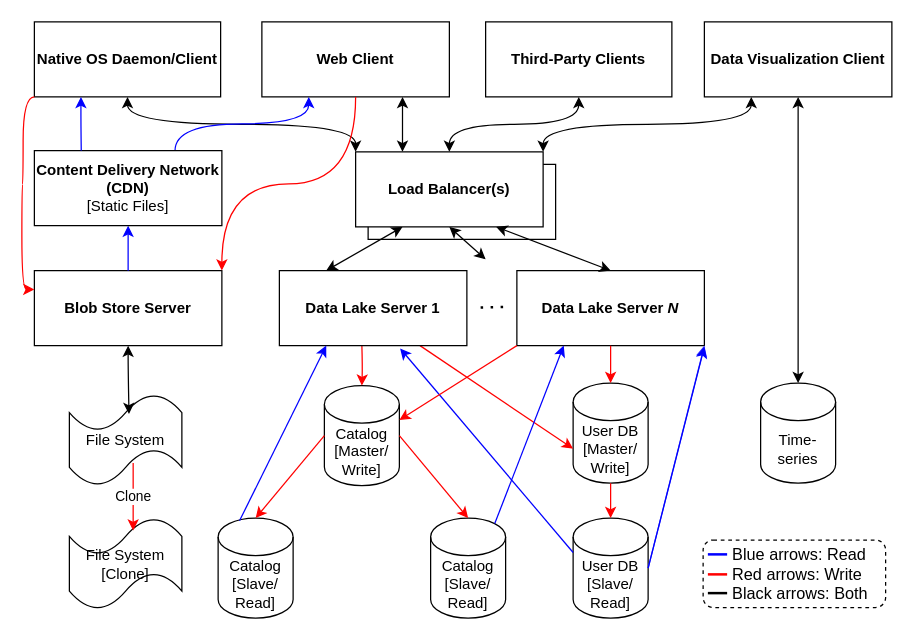
Before: profile/sources/simutool_system_design_scaled.drawio in simutool/.github, a draw.io diagram. Source tidied: cells renumbered, new cells numbered last; positions are measured from the earlier drawing's top-left corner, leaving out a move shared by most shapes. Both pictures are drawn from the tidied source at 125%, with x=0, y=0 at pixel (21, 21).
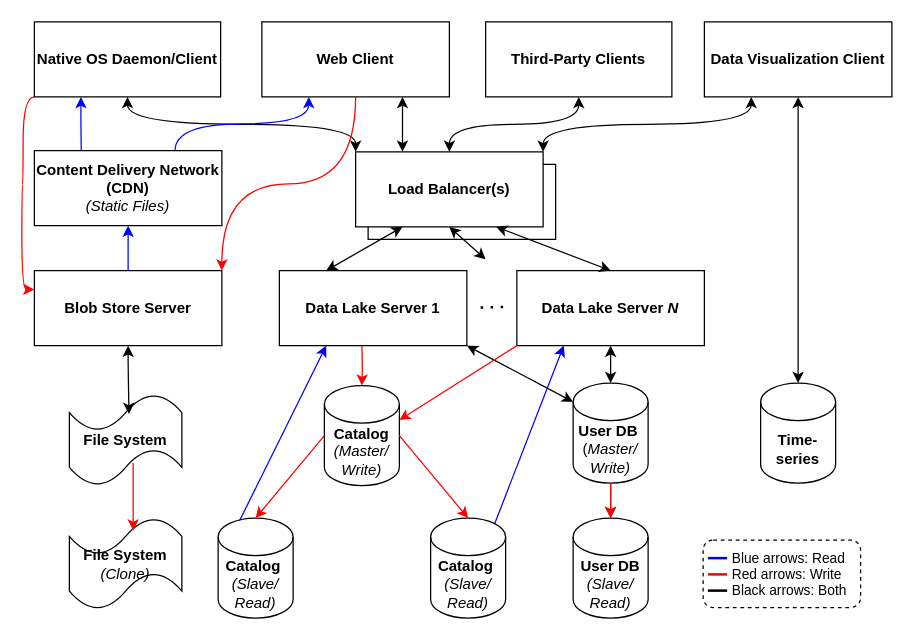
The same diagram, later.

Unchanged cells that the change refers to:
```xml
<mxCell id="27" value="&lt;b style=&quot;border-color: var(--border-color);&quot;&gt;Data Lake Server 1&lt;/b&gt;" style="rounded=0;whiteSpace=wrap;html=1;" parent="1" vertex="1">
  <mxGeometry x="206" y="199" width="150" height="60" as="geometry" />
</mxCell>
<mxCell id="28" value="&lt;b style=&quot;border-color: var(--border-color);&quot;&gt;Data Lake Server &lt;i&gt;N&lt;/i&gt;&lt;/b&gt;" style="rounded=0;whiteSpace=wrap;html=1;" parent="1" vertex="1">
  <mxGeometry x="396" y="199" width="150" height="60" as="geometry" />
</mxCell>
```

Diff of the diagram source:
```diff
@@
+    <mxCell id="53" style="edgeStyle=orthogonalEdgeStyle;rounded=0;jettySize=auto;html=1;" parent="1" edge="1" source="11" target="33">
+      <mxGeometry relative="1" as="geometry" />
+    </mxCell>
-    <mxCell id="11" value="User DB [Master/&lt;br&gt;Write]" style="shape=cylinder3;whiteSpace=wrap;html=1;boundedLbl=1;backgroundOutline=1;size=15;" parent="1" vertex="1">
+    <mxCell id="11" value="&lt;b&gt;User DB&lt;/b&gt;&amp;nbsp;&lt;br&gt;(&lt;i&gt;Master/&lt;br&gt;Write)&lt;/i&gt;" style="shape=cylinder3;whiteSpace=wrap;html=1;boundedLbl=1;backgroundOutline=1;size=15;" parent="1" vertex="1">
       <mxGeometry x="441" y="289" width="60" height="80" as="geometry" />
     </mxCell>
-    <mxCell id="12" style="endArrow=classic;html=1;rounded=0;startArrow=none;startFill=0;exitX=0.75;exitY=1;exitDx=0;exitDy=0;endFill=1;entryX=0;entryY=0;entryDx=0;entryDy=52.5;entryPerimeter=0;strokeColor=#FF0000;" parent="1" edge="1" source="27" target="11">
+    <mxCell id="12" style="endArrow=classic;html=1;rounded=0;startArrow=classic;startFill=1;exitX=1;exitY=1;exitDx=0;exitDy=0;endFill=1;entryX=0;entryY=0;entryDx=0;entryDy=15;entryPerimeter=0;strokeColor=#000000;" parent="1" edge="1" source="27" target="11">
       <mxGeometry relative="1" as="geometry" />
     </mxCell>
-    <mxCell id="13" value="Catalog [Master/&lt;br&gt;Write]" style="shape=cylinder3;whiteSpace=wrap;html=1;boundedLbl=1;backgroundOutline=1;size=15;" parent="1" vertex="1">
+    <mxCell id="13" value="&lt;b&gt;Catalog&lt;/b&gt; &lt;i&gt;(Master/&lt;br&gt;Write)&lt;/i&gt;" style="shape=cylinder3;whiteSpace=wrap;html=1;boundedLbl=1;backgroundOutline=1;size=15;" parent="1" vertex="1">
       <mxGeometry x="242" y="291" width="60" height="80" as="geometry" />
     </mxCell>
-    <mxCell id="14" value="Catalog [Slave/&lt;br&gt;Read]" style="shape=cylinder3;whiteSpace=wrap;html=1;boundedLbl=1;backgroundOutline=1;size=15;" parent="1" vertex="1">
+    <mxCell id="14" value="&lt;b&gt;Catalog&lt;/b&gt;&amp;nbsp;&lt;br&gt;&lt;i&gt;(Slave/&lt;br&gt;Read)&lt;/i&gt;" style="shape=cylinder3;whiteSpace=wrap;html=1;boundedLbl=1;backgroundOutline=1;size=15;" parent="1" vertex="1">
       <mxGeometry x="157" y="397" width="60" height="80" as="geometry" />
     </mxCell>
-    <mxCell id="15" value="Catalog [Slave/&lt;br style=&quot;border-color: var(--border-color);&quot;&gt;Read]" style="shape=cylinder3;whiteSpace=wrap;html=1;boundedLbl=1;backgroundOutline=1;size=15;" parent="1" vertex="1">
+    <mxCell id="15" value="&lt;b style=&quot;border-color: var(--border-color);&quot;&gt;Catalog&lt;/b&gt;&amp;nbsp;&lt;br style=&quot;border-color: var(--border-color);&quot;&gt;&lt;i style=&quot;border-color: var(--border-color);&quot;&gt;(Slave/&lt;br style=&quot;border-color: var(--border-color);&quot;&gt;Read)&lt;/i&gt;" style="shape=cylinder3;whiteSpace=wrap;html=1;boundedLbl=1;backgroundOutline=1;size=15;" parent="1" vertex="1">
       <mxGeometry x="327" y="397" width="60" height="80" as="geometry" />
     </mxCell>
@@
-    <mxCell id="20" value="File System" style="shape=tape;whiteSpace=wrap;html=1;fillColor=none;" parent="1" vertex="1">
+    <mxCell id="20" value="&lt;b&gt;File System&lt;/b&gt;" style="shape=tape;whiteSpace=wrap;html=1;fillColor=none;" parent="1" vertex="1">
       <mxGeometry x="38" y="298" width="90" height="73" as="geometry" />
     </mxCell>
@@
-    <mxCell id="23" value="Time-series" style="shape=cylinder3;whiteSpace=wrap;html=1;boundedLbl=1;backgroundOutline=1;size=15;" parent="1" vertex="1">
+    <mxCell id="23" value="&lt;b&gt;Time-series&lt;/b&gt;" style="shape=cylinder3;whiteSpace=wrap;html=1;boundedLbl=1;backgroundOutline=1;size=15;" parent="1" vertex="1">
       <mxGeometry x="591" y="289" width="60" height="80" as="geometry" />
     </mxCell>
@@
-    <mxCell id="33" value="User DB [Slave/&lt;br&gt;Read]" style="shape=cylinder3;whiteSpace=wrap;html=1;boundedLbl=1;backgroundOutline=1;size=15;" parent="1" vertex="1">
+    <mxCell id="33" value="&lt;b&gt;User DB&lt;/b&gt; &lt;i&gt;(Slave/&lt;br&gt;Read)&lt;/i&gt;" style="shape=cylinder3;whiteSpace=wrap;html=1;boundedLbl=1;backgroundOutline=1;size=15;" parent="1" vertex="1">
       <mxGeometry x="441" y="397" width="60" height="80" as="geometry" />
     </mxCell>
@@
-    <mxCell id="36" style="endArrow=classic;html=1;rounded=0;startArrow=none;startFill=0;exitX=0.5;exitY=1;exitDx=0;exitDy=0;endFill=1;entryX=0.5;entryY=0;entryDx=0;entryDy=0;entryPerimeter=0;strokeColor=#FF0000;" parent="1" edge="1" source="28" target="11">
+    <mxCell id="36" style="endArrow=classic;html=1;rounded=0;startArrow=classic;startFill=1;exitX=0.5;exitY=1;exitDx=0;exitDy=0;endFill=1;entryX=0.5;entryY=0;entryDx=0;entryDy=0;entryPerimeter=0;strokeColor=#000000;" parent="1" edge="1" source="28" target="11">
       <mxGeometry relative="1" as="geometry" />
     </mxCell>
-    <mxCell id="37" style="endArrow=classic;html=1;rounded=0;startArrow=none;startFill=0;exitX=0;exitY=0;exitDx=0;exitDy=27.5;endFill=1;exitPerimeter=0;entryX=0.644;entryY=1.037;entryDx=0;entryDy=0;entryPerimeter=0;strokeColor=#0000FF;" parent="1" edge="1" source="33" target="27">
-      <mxGeometry relative="1" as="geometry" />
-    </mxCell>
-    <mxCell id="38" style="endArrow=classic;html=1;rounded=0;entryX=1;entryY=1;entryDx=0;entryDy=0;startArrow=none;startFill=0;endFill=1;exitX=1;exitY=0.5;exitDx=0;exitDy=0;exitPerimeter=0;strokeColor=#3333FF;" parent="1" edge="1" source="33" target="28">
-      <mxGeometry relative="1" as="geometry" />
-    </mxCell>
@@
-    <mxCell id="40" style="endArrow=classic;html=1;rounded=0;entryX=1;entryY=1;entryDx=0;entryDy=0;startArrow=none;startFill=0;endFill=1;exitX=1;exitY=0.5;exitDx=0;exitDy=0;exitPerimeter=0;strokeColor=#0000FF;" parent="1" edge="1">
-      <mxGeometry relative="1" as="geometry">
-        <mxPoint x="501" y="437" as="sourcePoint" />
-        <mxPoint x="546" y="260" as="targetPoint" />
-      </mxGeometry>
-    </mxCell>
@@
-    <mxCell id="42" value="&lt;b&gt;Content Delivery Network (CDN)&lt;/b&gt;&lt;br&gt;[Static Files]" style="rounded=0;whiteSpace=wrap;html=1;" parent="1" vertex="1">
+    <mxCell id="42" value="&lt;b&gt;Content Delivery Network (CDN)&lt;/b&gt;&lt;br&gt;&lt;i&gt;(Static Files)&lt;/i&gt;" style="rounded=0;whiteSpace=wrap;html=1;" parent="1" vertex="1">
       <mxGeometry x="10" y="103" width="150" height="60" as="geometry" />
     </mxCell>
@@
-    <mxCell id="46" value="File System&lt;br&gt;[Clone]" style="shape=tape;whiteSpace=wrap;html=1;fillColor=none;" parent="1" vertex="1">
+    <mxCell id="46" value="&lt;b&gt;File System&lt;br&gt;&lt;/b&gt;&lt;i&gt;(Clone)&lt;/i&gt;" style="shape=tape;whiteSpace=wrap;html=1;fillColor=none;" parent="1" vertex="1">
       <mxGeometry x="38" y="397" width="90" height="73" as="geometry" />
     </mxCell>
-    <mxCell id="47" value="Clone" style="endArrow=classic;html=1;rounded=0;startArrow=none;startFill=0;exitX=0.567;exitY=0.753;exitDx=0;exitDy=0;endFill=1;entryX=0.567;entryY=0.137;entryDx=0;entryDy=0;entryPerimeter=0;strokeColor=#FF0000;exitPerimeter=0;" parent="1" edge="1" source="20" target="46">
+    <mxCell id="47" style="endArrow=classic;html=1;rounded=0;startArrow=none;startFill=0;exitX=0.567;exitY=0.753;exitDx=0;exitDy=0;endFill=1;entryX=0.567;entryY=0.137;entryDx=0;entryDy=0;entryPerimeter=0;strokeColor=#FF0000;exitPerimeter=0;" parent="1" edge="1" source="20" target="46">
       <mxGeometry relative="1" as="geometry" />
     </mxCell>
-    <mxCell id="48" style="group;" parent="1" vertex="1">
-      <mxGeometry x="545" y="414.5" width="146" height="54" as="geometry" />
-    </mxCell>
-    <mxCell id="49" value="&lt;span style=&quot;font-size: 13px;&quot;&gt;&amp;nbsp; &amp;nbsp; &amp;nbsp; Blue arrows: Read&lt;br&gt;&amp;nbsp; &amp;nbsp; &amp;nbsp; Red arrows: Write&lt;br&gt;&amp;nbsp; &amp;nbsp; &amp;nbsp; Black arrows: Both&lt;br&gt;&lt;/span&gt;" style="rounded=1;whiteSpace=wrap;html=1;dashed=1;align=left;" parent="48" vertex="1">
-      <mxGeometry width="146" height="54" as="geometry" />
+    <mxCell id="49" value="&lt;span style=&quot;font-size: 11px;&quot;&gt;&amp;nbsp; &amp;nbsp; &amp;nbsp; &amp;nbsp;Blue arrows: Read&lt;br style=&quot;font-size: 11px;&quot;&gt;&amp;nbsp; &amp;nbsp; &amp;nbsp; &amp;nbsp;Red arrows: Write&lt;br style=&quot;font-size: 11px;&quot;&gt;&amp;nbsp; &amp;nbsp; &amp;nbsp; &amp;nbsp;Black arrows: Both&lt;br style=&quot;font-size: 11px;&quot;&gt;&lt;/span&gt;" style="rounded=1;whiteSpace=wrap;html=1;dashed=1;align=left;fontSize=11;" parent="1" vertex="1">
+      <mxGeometry x="545" y="414.5" width="126" height="54" as="geometry" />
     </mxCell>
-    <mxCell id="50" style="endArrow=none;html=1;rounded=0;strokeColor=#0000FF;strokeWidth=2;" parent="48" edge="1">
+    <mxCell id="50" style="endArrow=none;html=1;rounded=0;strokeColor=#0000FF;strokeWidth=2;" parent="1" edge="1">
       <mxGeometry relative="1" as="geometry">
-        <mxPoint x="3.8" y="11.5" as="sourcePoint" />
-        <mxPoint x="19.2" y="11.5" as="targetPoint" />
+        <mxPoint x="548.8" y="429" as="sourcePoint" />
+        <mxPoint x="564.2" y="429" as="targetPoint" />
       </mxGeometry>
     </mxCell>
-    <mxCell id="51" style="endArrow=none;html=1;rounded=0;strokeColor=#FF0000;strokeWidth=2;" parent="48" edge="1">
+    <mxCell id="51" style="endArrow=none;html=1;rounded=0;strokeColor=#FF0000;strokeWidth=2;" parent="1" edge="1">
       <mxGeometry relative="1" as="geometry">
-        <mxPoint x="3.8" y="27.5" as="sourcePoint" />
-        <mxPoint x="19.2" y="27.5" as="targetPoint" />
+        <mxPoint x="548.8" y="442" as="sourcePoint" />
+        <mxPoint x="564.2" y="442" as="targetPoint" />
       </mxGeometry>
     </mxCell>
-    <mxCell id="52" style="endArrow=none;html=1;rounded=0;strokeColor=#000000;strokeWidth=2;" parent="48" edge="1">
+    <mxCell id="52" style="endArrow=none;html=1;rounded=0;strokeColor=#000000;strokeWidth=2;" parent="1" edge="1">
       <mxGeometry relative="1" as="geometry">
-        <mxPoint x="3.8" y="42.5" as="sourcePoint" />
-        <mxPoint x="19.2" y="42.5" as="targetPoint" />
+        <mxPoint x="548.8" y="455" as="sourcePoint" />
+        <mxPoint x="564.2" y="455" as="targetPoint" />
       </mxGeometry>
     </mxCell>
```
